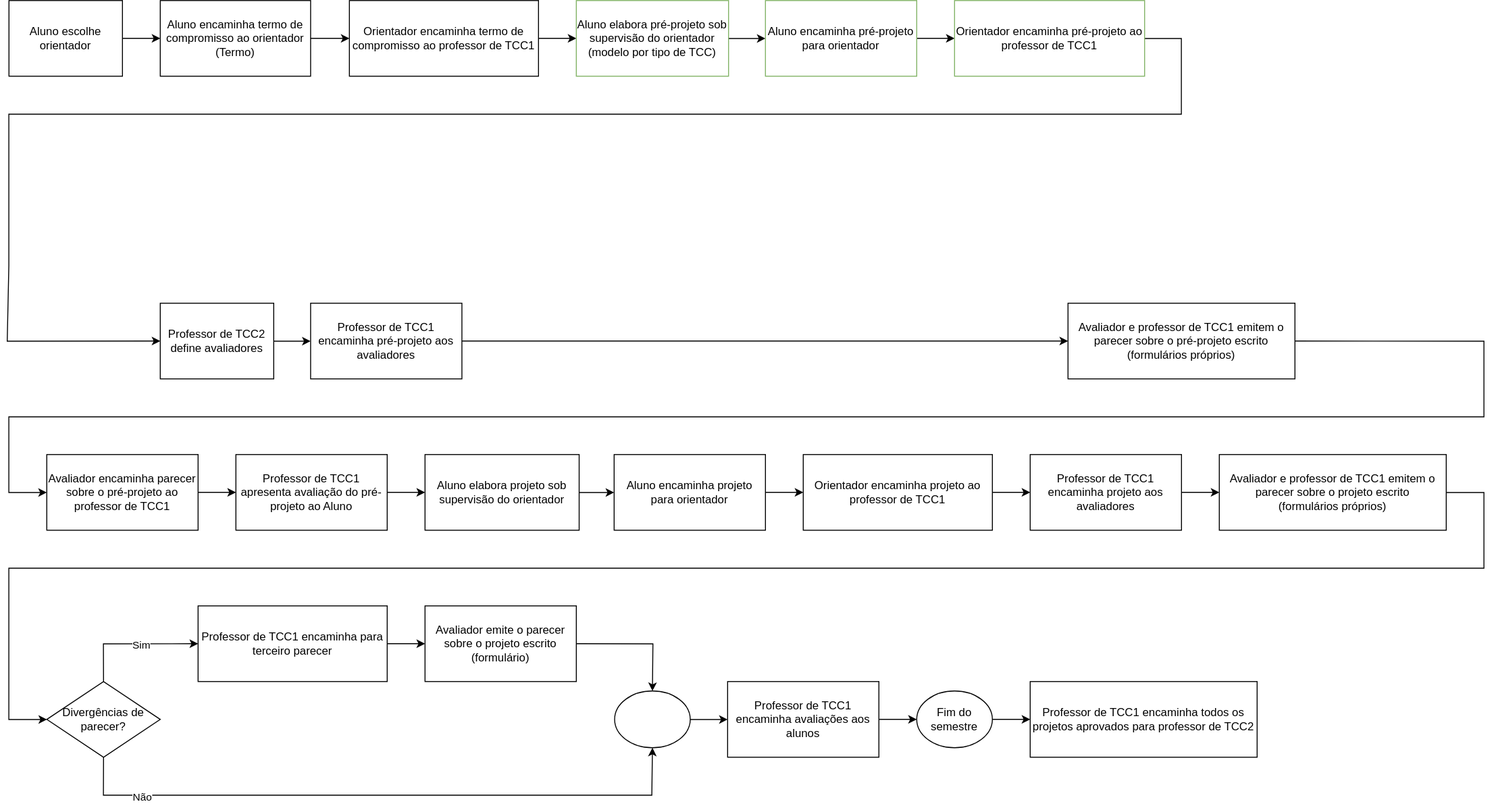
dalton-reis/disciplina_TCC1_Privado keeps this draw.io diagram as _SIS/Cronogramas/cronogramaFluxograma.drawio.svg. Above is the earlier version. Source tidied: cells renumbered, new cells last; positions are measured from the earlier drawing's top-left corner, leaving out a move shared by most shapes.
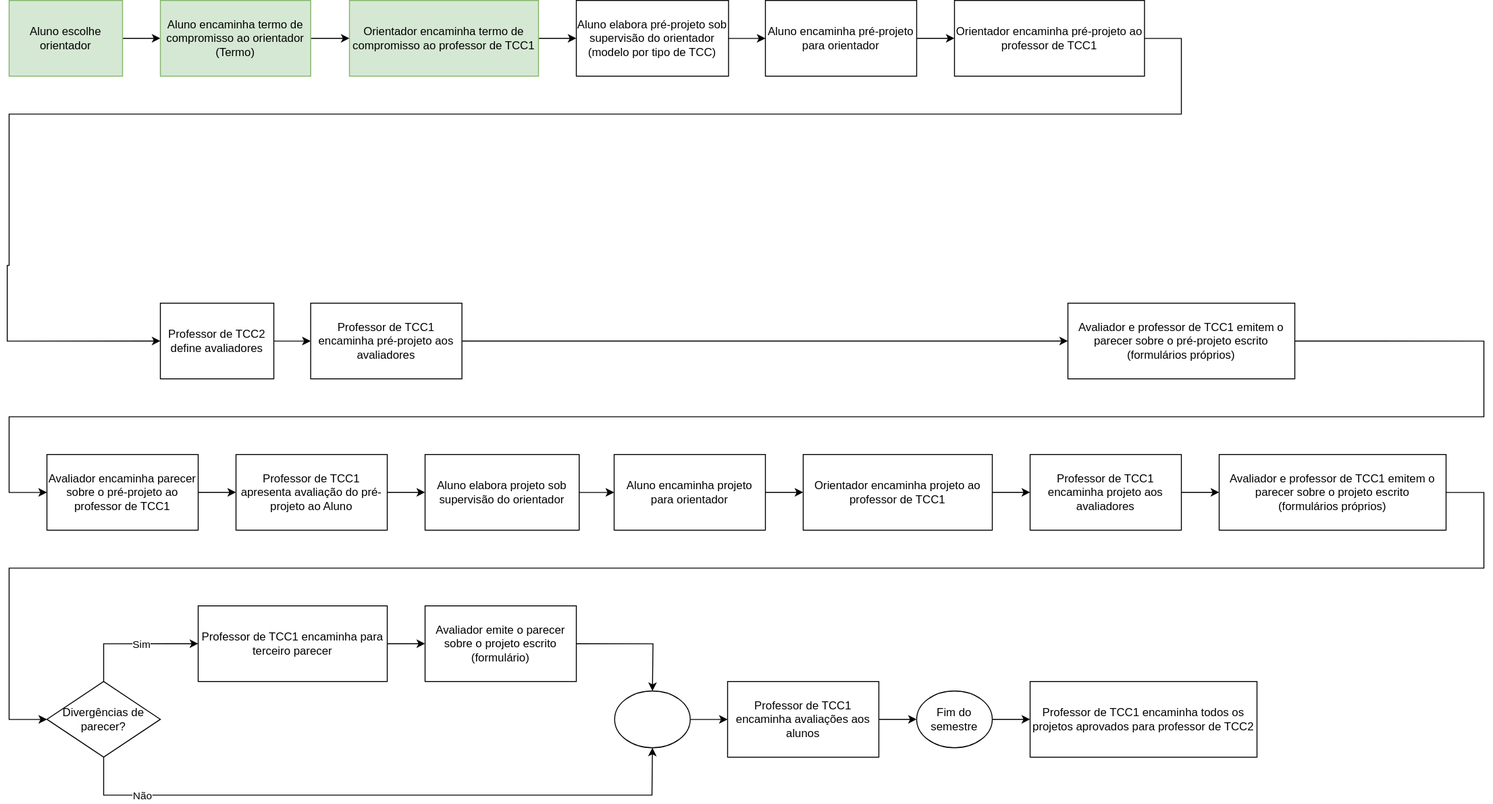
Later version of the same file.

The edit, as a diff of the source:
```diff
@@ -5,31 +5,31 @@
     <mxCell id="2" style="edgeStyle=orthogonalEdgeStyle;rounded=0;jettySize=auto;html=1;fillColor=#dae8fc;strokeColor=#000000;fontColor=#000000;" parent="1" edge="1" source="3" target="5">
       <mxGeometry relative="1" as="geometry" />
     </mxCell>
-    <mxCell id="3" value="Aluno escolhe orientador" style="whiteSpace=wrap;html=1;fillColor=none;strokeColor=#000000;" parent="1" vertex="1">
+    <mxCell id="3" value="Aluno escolhe orientador" style="whiteSpace=wrap;html=1;fillColor=#d5e8d4;strokeColor=#82b366;" parent="1" vertex="1">
       <mxGeometry x="2" width="120" height="80" as="geometry" />
     </mxCell>
     <mxCell id="4" style="edgeStyle=orthogonalEdgeStyle;rounded=0;jettySize=auto;html=1;fillColor=#dae8fc;strokeColor=#000000;fontColor=#000000;" parent="1" edge="1" source="5" target="7">
       <mxGeometry relative="1" as="geometry" />
     </mxCell>
-    <mxCell id="5" value="Aluno encaminha termo de compromisso ao orientador&lt;br&gt;(Termo)" style="whiteSpace=wrap;html=1;fillColor=none;strokeColor=#000000;" parent="1" vertex="1">
+    <mxCell id="5" value="Aluno encaminha termo de compromisso ao orientador&lt;br&gt;(Termo)" style="whiteSpace=wrap;html=1;fillColor=#d5e8d4;strokeColor=#82b366;" parent="1" vertex="1">
       <mxGeometry x="162" width="159" height="80" as="geometry" />
     </mxCell>
     <mxCell id="6" style="edgeStyle=orthogonalEdgeStyle;rounded=0;jettySize=auto;html=1;fillColor=#dae8fc;strokeColor=#000000;fontColor=#000000;" parent="1" edge="1" source="7" target="9">
       <mxGeometry relative="1" as="geometry" />
     </mxCell>
-    <mxCell id="7" value="Orientador encaminha termo de compromisso ao professor de TCC1" style="whiteSpace=wrap;html=1;fillColor=none;strokeColor=#000000;" parent="1" vertex="1">
+    <mxCell id="7" value="Orientador encaminha termo de compromisso ao professor de TCC1" style="whiteSpace=wrap;html=1;fillColor=#d5e8d4;strokeColor=#82b366;" parent="1" vertex="1">
       <mxGeometry x="362" width="200" height="80" as="geometry" />
     </mxCell>
     <mxCell id="8" style="edgeStyle=orthogonalEdgeStyle;rounded=0;jettySize=auto;html=1;strokeColor=#000000;fontColor=#000000;fillColor=#dae8fc;" parent="1" edge="1" source="9" target="11">
       <mxGeometry relative="1" as="geometry" />
     </mxCell>
-    <mxCell id="9" value="Aluno elabora pré-projeto sob supervisão do orientador&lt;br&gt;(modelo por tipo de TCC)" style="whiteSpace=wrap;html=1;fillColor=none;strokeColor=#82b366;" parent="1" vertex="1">
+    <mxCell id="9" value="Aluno elabora pré-projeto sob supervisão do orientador&lt;br&gt;(modelo por tipo de TCC)" style="whiteSpace=wrap;html=1;fillColor=none;strokeColor=#000000;" parent="1" vertex="1">
       <mxGeometry x="602" width="161" height="80" as="geometry" />
     </mxCell>
     <mxCell id="10" style="edgeStyle=orthogonalEdgeStyle;rounded=0;jettySize=auto;html=1;fillColor=#d5e8d4;strokeColor=#000000;fontColor=#000000;" parent="1" edge="1" source="11" target="13">
       <mxGeometry relative="1" as="geometry" />
     </mxCell>
-    <mxCell id="11" value="Aluno encaminha pré-projeto para orientador" style="whiteSpace=wrap;html=1;fillColor=none;strokeColor=#82b366;" parent="1" vertex="1">
+    <mxCell id="11" value="Aluno encaminha pré-projeto para orientador" style="whiteSpace=wrap;html=1;fillColor=none;strokeColor=#000000;" parent="1" vertex="1">
       <mxGeometry x="802" width="160" height="80" as="geometry" />
     </mxCell>
     <mxCell id="12" style="edgeStyle=orthogonalEdgeStyle;rounded=0;jettySize=auto;html=1;fontColor=#000000;entryX=0;entryY=0.5;entryDx=0;entryDy=0;" parent="1" edge="1" source="13" target="15">
@@ -44,7 +44,7 @@
         </Array>
       </mxGeometry>
     </mxCell>
-    <mxCell id="13" value="Orientador encaminha pré-projeto ao professor de TCC1" style="whiteSpace=wrap;html=1;fillColor=none;strokeColor=#82b366;" parent="1" vertex="1">
+    <mxCell id="13" value="Orientador encaminha pré-projeto ao professor de TCC1" style="whiteSpace=wrap;html=1;fillColor=none;strokeColor=#000000;" parent="1" vertex="1">
       <mxGeometry x="1002" width="201" height="80" as="geometry" />
     </mxCell>
     <mxCell id="14" style="edgeStyle=orthogonalEdgeStyle;rounded=0;jettySize=auto;html=1;fillColor=#d5e8d4;strokeColor=default;fontColor=#000000;" parent="1" edge="1" source="15" target="18">
```
